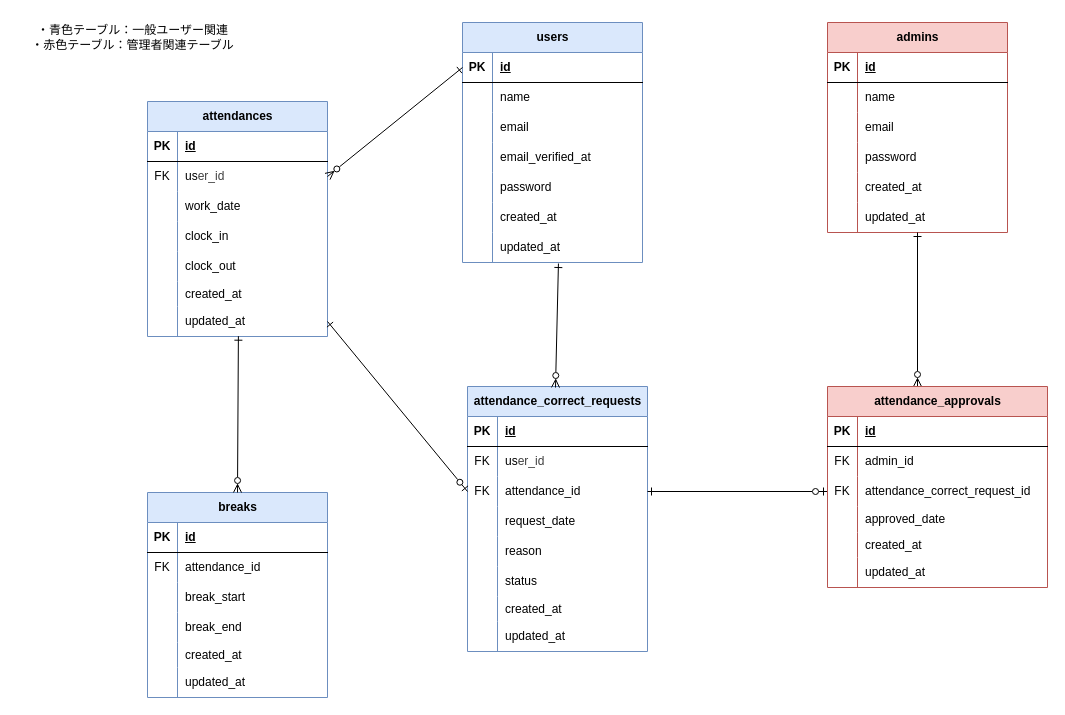
Earlier version of the draw.io diagram attendance-management-app.dio (ai2525desu/attendance-management-app). Source tidied: cells renumbered, new cells numbered last; positions are measured from the earlier drawing's top-left corner, leaving out a move shared by most shapes. Both pictures are drawn from the tidied source at 100%, with x=0, y=0 at pixel (17, 17).
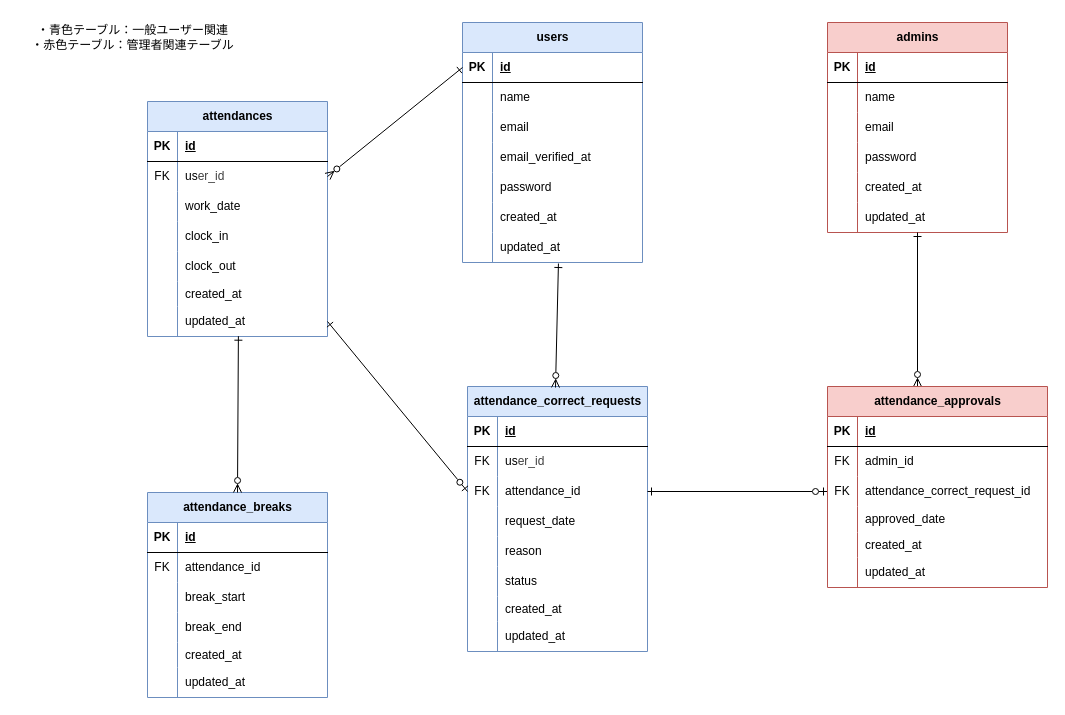
The same page after the edit.

Commit message (it also covers changes not shown here):
breaksテーブルをattendance_breaksに変更

Change to the diagram source:
```diff
@@
-    <mxCell id="65" value="breaks" style="shape=table;startSize=30;childLayout=tableLayout;rowLines=0;fontStyle=1;align=center;html=1;fillColor=#dae8fc;strokeColor=#6c8ebf;" parent="1" vertex="1">
+    <mxCell id="65" value="attendance_breaks" style="shape=table;startSize=30;childLayout=tableLayout;rowLines=0;fontStyle=1;align=center;html=1;fillColor=#dae8fc;strokeColor=#6c8ebf;" parent="1" vertex="1">
       <mxGeometry x="130" y="475" width="180" height="205" as="geometry" />
     </mxCell>
```
